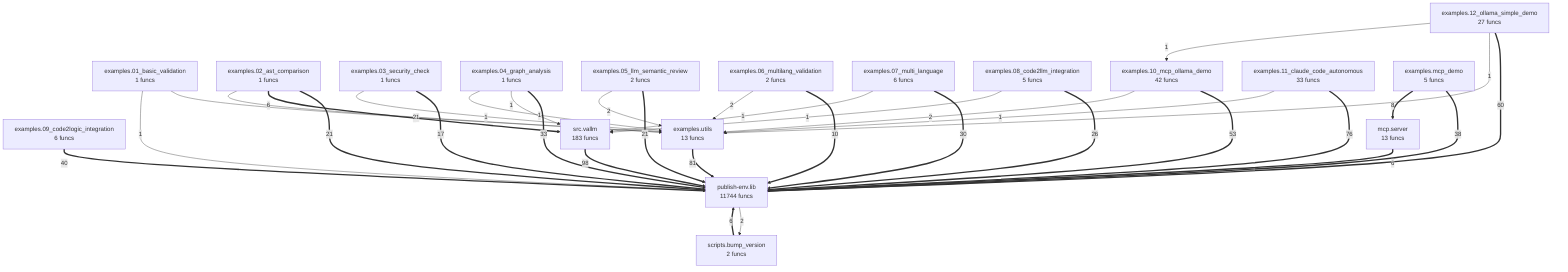
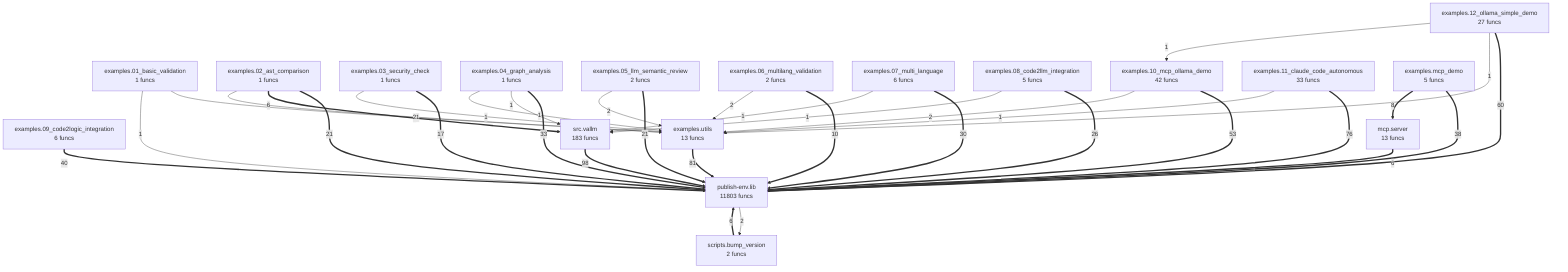
flowchart TD
    examples_01_basic_validation["examples.01_basic_validation<br/>1 funcs"]
    examples_02_ast_comparison["examples.02_ast_comparison<br/>1 funcs"]
    examples_03_security_check["examples.03_security_check<br/>1 funcs"]
    examples_04_graph_analysis["examples.04_graph_analysis<br/>1 funcs"]
    examples_05_llm_semantic_review["examples.05_llm_semantic_review<br/>2 funcs"]
    examples_06_multilang_validation["examples.06_multilang_validation<br/>2 funcs"]
    examples_07_multi_language["examples.07_multi_language<br/>6 funcs"]
    examples_08_code2llm_integration["examples.08_code2llm_integration<br/>5 funcs"]
    examples_09_code2logic_integration["examples.09_code2logic_integration<br/>6 funcs"]
    examples_10_mcp_ollama_demo["examples.10_mcp_ollama_demo<br/>42 funcs"]
    examples_11_claude_code_autonomous["examples.11_claude_code_autonomous<br/>33 funcs"]
    examples_12_ollama_simple_demo["examples.12_ollama_simple_demo<br/>27 funcs"]
    examples_mcp_demo["examples.mcp_demo<br/>5 funcs"]
    examples_utils["examples.utils<br/>13 funcs"]
    mcp_server["mcp.server<br/>13 funcs"]
-     publish_env_lib["publish-env.lib<br/>11744 funcs"]
+     publish_env_lib["publish-env.lib<br/>11803 funcs"]
    scripts_bump_version["scripts.bump_version<br/>2 funcs"]
    src_vallm["src.vallm<br/>183 funcs"]
    src_vallm ==>|98| publish_env_lib
    examples_utils ==>|81| publish_env_lib
    examples_11_claude_code_autonomous ==>|76| publish_env_lib
    examples_12_ollama_simple_demo ==>|60| publish_env_lib
    examples_10_mcp_ollama_demo ==>|53| publish_env_lib
    examples_09_code2logic_integration ==>|40| publish_env_lib
    examples_mcp_demo ==>|38| publish_env_lib
    examples_04_graph_analysis ==>|33| publish_env_lib
    examples_07_multi_language ==>|30| publish_env_lib
    examples_08_code2llm_integration ==>|26| publish_env_lib
    examples_05_llm_semantic_review ==>|21| publish_env_lib
    examples_02_ast_comparison ==>|21| publish_env_lib
    examples_03_security_check ==>|17| publish_env_lib
    examples_06_multilang_validation ==>|10| publish_env_lib
    examples_mcp_demo ==>|8| mcp_server
    scripts_bump_version ==>|6| publish_env_lib
    mcp_server ==>|6| publish_env_lib
    examples_02_ast_comparison ==>|6| src_vallm
    publish_env_lib -->|2| scripts_bump_version
    examples_05_llm_semantic_review -->|2| examples_utils
    examples_01_basic_validation -->|2| examples_utils
    examples_06_multilang_validation -->|2| examples_utils
    examples_10_mcp_ollama_demo -->|2| examples_utils
    examples_04_graph_analysis -->|1| src_vallm
    examples_04_graph_analysis -->|1| examples_utils
+     examples_11_claude_code_autonomous -->|1| examples_utils
    examples_12_ollama_simple_demo -->|1| examples_utils
-     examples_11_claude_code_autonomous -->|1| examples_utils
    examples_01_basic_validation -->|1| publish_env_lib
+     examples_03_security_check -->|1| examples_utils
    examples_02_ast_comparison -->|1| examples_utils
-     examples_03_security_check -->|1| examples_utils
    examples_07_multi_language -->|1| src_vallm
    examples_08_code2llm_integration -->|1| src_vallm
    examples_12_ollama_simple_demo -->|1| examples_10_mcp_ollama_demo
